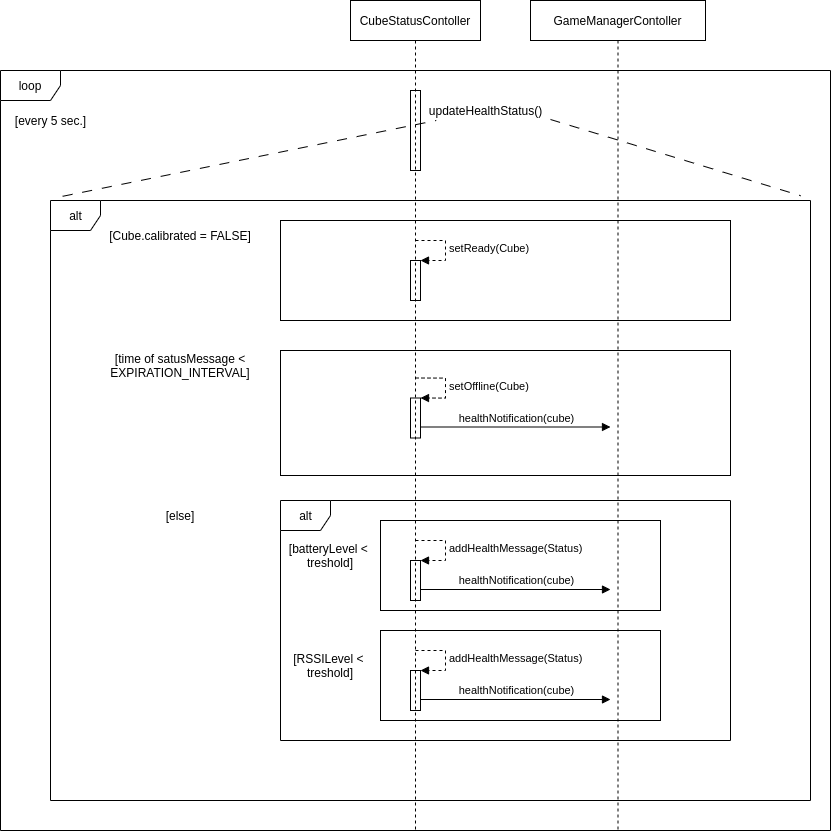
This is documents/software-concept/diagrams/cubeStatus.png from b-ertel/TimeGuess-Game, a draw.io export, as it was before one commit. Source tidied: cells renumbered, new cells last; positions are measured from the earlier drawing's top-left corner, leaving out a move shared by most shapes.
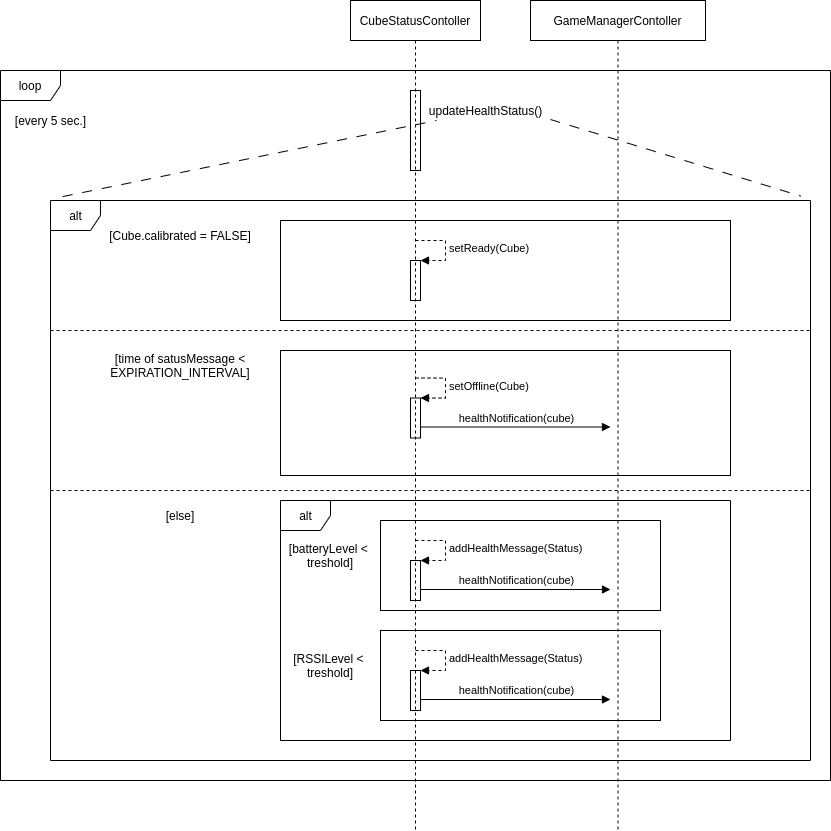
After the commit.

The edit, as a diff of the source:
```diff
@@ -29,7 +29,7 @@
       <mxGeometry x="-150" y="630" width="280" height="90" as="geometry" />
     </mxCell>
     <mxCell id="8" value="alt" style="shape=umlFrame;tabPosition=left;html=1;boundedLbl=1;labelInHeader=1;width=50;height=30;" parent="1" vertex="1">
-      <mxGeometry x="50" y="200" width="760" height="600" as="geometry" />
+      <mxGeometry x="50" y="200" width="760" height="560" as="geometry" />
     </mxCell>
     <mxCell id="9" value="[time of satusMessage &amp;lt; EXPIRATION_INTERVAL]" style="text;html=1;strokeColor=none;fillColor=none;align=center;verticalAlign=middle;whiteSpace=wrap;rounded=0;" parent="1" vertex="1">
       <mxGeometry x="80" y="350" width="200" height="30" as="geometry" />
@@ -104,7 +104,7 @@
       <mxGeometry x="230" y="650" width="200" height="30" as="geometry" />
     </mxCell>
     <mxCell id="26" value="loop" style="shape=umlFrame;whiteSpace=wrap;html=1;fillColor=none;" parent="1" vertex="1">
-      <mxGeometry y="70" width="830" height="760" as="geometry" />
+      <mxGeometry y="70" width="830" height="710" as="geometry" />
     </mxCell>
     <mxCell id="27" style="html=1;perimeter=orthogonalPerimeter;fillColor=none;" parent="1" vertex="1">
       <mxGeometry x="410" y="90" width="10" height="80" as="geometry" />
@@ -123,5 +123,17 @@
     <mxCell id="31" value="[every 5 sec.]" style="text;html=1;align=center;verticalAlign=middle;strokeColor=none;" parent="1" vertex="1">
       <mxGeometry x="5" y="110" width="90" height="20" as="geometry" />
     </mxCell>
+    <mxCell id="32" style="endArrow=none;dashed=1;html=1;" parent="1" edge="1">
+      <mxGeometry relative="1" as="geometry">
+        <mxPoint x="50" y="330" as="sourcePoint" />
+        <mxPoint x="810" y="330" as="targetPoint" />
+      </mxGeometry>
+    </mxCell>
+    <mxCell id="33" style="endArrow=none;dashed=1;html=1;" parent="1" edge="1">
+      <mxGeometry relative="1" as="geometry">
+        <mxPoint x="50" y="490" as="sourcePoint" />
+        <mxPoint x="810" y="490" as="targetPoint" />
+      </mxGeometry>
+    </mxCell>
   </root>
 </mxGraphModel>
```
